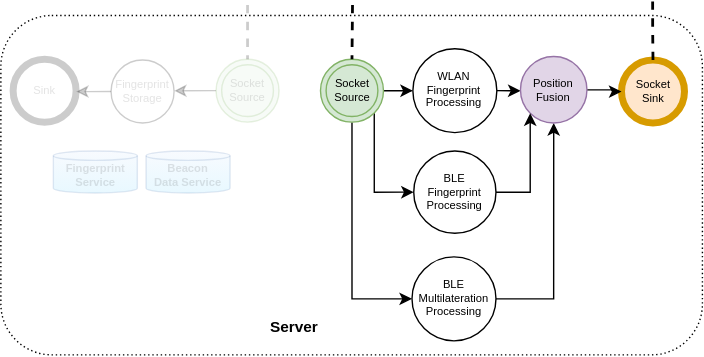
Earlier version of the draw.io export slides/ipin2021/images/model-server-online.svg (OpenHPS/openhps.org). Source tidied: cells renumbered, new cells last; positions are measured from the earlier drawing's top-left corner, leaving out a move shared by most shapes.
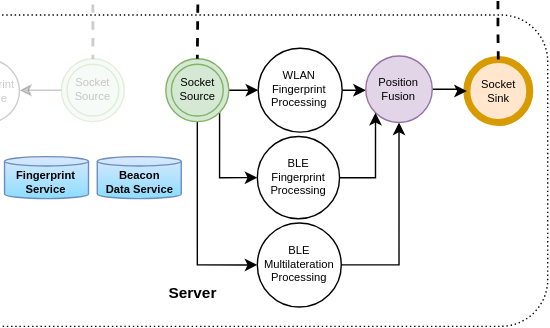
The same diagram one commit later.

Change to the diagram source:
```diff
@@ -3,7 +3,7 @@
     <mxCell id="0" />
     <mxCell id="1" parent="0" />
     <mxCell id="2" style="rounded=1;whiteSpace=wrap;html=1;fontSize=8;dashed=1;fillColor=none;dashPattern=1 2;" parent="1" vertex="1">
-      <mxGeometry x="0.1" y="9.5" width="501.2" height="242.5" as="geometry" />
+      <mxGeometry x="0.1" y="9.5" width="501.2" height="222.5" as="geometry" />
     </mxCell>
     <mxCell id="3" value="Socket&lt;br style=&quot;font-size: 8px;&quot;&gt;Sink" style="shape=ellipse;html=1;dashed=0;whitespace=wrap;strokeWidth=5;perimeter=ellipsePerimeter;fontSize=8;fillColor=#ffe6cc;strokeColor=#d79b00;" parent="1" vertex="1">
       <mxGeometry x="443.6" y="41.4" width="45" height="45" as="geometry" />
@@ -11,7 +11,7 @@
     <mxCell id="4" style="edgeStyle=orthogonalEdgeStyle;rounded=0;jettySize=auto;html=1;exitX=0;exitY=0.5;exitDx=0;exitDy=0;entryX=1;entryY=0.5;entryDx=0;entryDy=0;startArrow=none;startFill=0;endArrow=classic;endFill=1;fontSize=8;textOpacity=10;opacity=20;" parent="1" edge="1" source="5" target="12">
       <mxGeometry relative="1" as="geometry" />
     </mxCell>
-    <mxCell id="5" value="Socket&lt;br style=&quot;font-size: 8px;&quot;&gt;Source" style="ellipse;shape=doubleEllipse;html=1;dashed=0;whitespace=wrap;fontSize=8;fillColor=#d5e8d4;strokeColor=#82b366;textOpacity=10;opacity=20;" parent="1" vertex="1">
+    <mxCell id="5" value="Socket&lt;br style=&quot;font-size: 8px;&quot;&gt;Source" style="ellipse;shape=doubleEllipse;html=1;dashed=0;whitespace=wrap;fontSize=8;fillColor=#d5e8d4;strokeColor=#82b366;textOpacity=20;opacity=20;" parent="1" vertex="1">
       <mxGeometry x="153.9" y="40.8" width="45" height="45" as="geometry" />
     </mxCell>
     <mxCell id="6" style="edgeStyle=orthogonalEdgeStyle;rounded=0;jettySize=auto;html=1;entryX=0;entryY=0.5;entryDx=0;entryDy=0;strokeWidth=1;fontFamily=Helvetica;fontSize=11;" parent="1" edge="1" source="9" target="18">
@@ -20,7 +20,7 @@
     <mxCell id="7" style="edgeStyle=orthogonalEdgeStyle;rounded=0;jettySize=auto;html=1;exitX=1;exitY=1;exitDx=0;exitDy=0;entryX=0;entryY=0.5;entryDx=0;entryDy=0;startArrow=none;startFill=0;endArrow=classic;endFill=1;" parent="1" edge="1" source="9" target="24">
       <mxGeometry relative="1" as="geometry">
         <Array as="points">
-          <mxPoint x="267.4" y="136" />
+          <mxPoint x="267" y="126" />
         </Array>
       </mxGeometry>
     </mxCell>
@@ -38,13 +38,13 @@
     <mxCell id="11" style="edgeStyle=orthogonalEdgeStyle;rounded=0;jettySize=auto;html=1;exitX=0;exitY=0.5;exitDx=0;exitDy=0;entryX=1;entryY=0.5;entryDx=0;entryDy=0;startArrow=none;startFill=0;endArrow=classic;endFill=1;fontSize=8;textOpacity=10;opacity=20;" parent="1" edge="1" source="12" target="14">
       <mxGeometry relative="1" as="geometry" />
     </mxCell>
-    <mxCell id="12" value="&lt;font style=&quot;font-size: 8px;&quot;&gt;Fingerprint&lt;br style=&quot;font-size: 8px;&quot;&gt;Storage&lt;br style=&quot;font-size: 8px;&quot;&gt;&lt;/font&gt;" style="ellipse;whiteSpace=wrap;html=1;fontSize=8;textOpacity=10;opacity=20;" parent="1" vertex="1">
+    <mxCell id="12" value="&lt;font style=&quot;font-size: 8px;&quot;&gt;Fingerprint&lt;br style=&quot;font-size: 8px;&quot;&gt;Storage&lt;br style=&quot;font-size: 8px;&quot;&gt;&lt;/font&gt;" style="ellipse;whiteSpace=wrap;html=1;fontSize=8;textOpacity=20;opacity=20;" parent="1" vertex="1">
       <mxGeometry x="78.9" y="41.4" width="45" height="45" as="geometry" />
     </mxCell>
-    <mxCell id="13" value="Fingerprint&lt;br style=&quot;font-size: 8px;&quot;&gt;Service" style="shape=cylinder3;whiteSpace=wrap;html=1;boundedLbl=1;backgroundOutline=1;size=3.333343505859375;fontSize=8;strokeColor=#6c8ebf;fontStyle=1;fillColor=#DAE8FC;gradientColor=#8CDDFF;textOpacity=10;opacity=20;" parent="1" vertex="1">
-      <mxGeometry x="37.6" y="106.4" width="60" height="30" as="geometry" />
+    <mxCell id="13" value="Fingerprint&lt;br style=&quot;font-size: 8px;&quot;&gt;Service" style="shape=cylinder3;whiteSpace=wrap;html=1;boundedLbl=1;backgroundOutline=1;size=3.333343505859375;fontSize=8;strokeColor=#6c8ebf;fontStyle=1;fillColor=#DAE8FC;gradientColor=#8CDDFF;" parent="1" vertex="1">
+      <mxGeometry x="113.2" y="110.8" width="60" height="30" as="geometry" />
     </mxCell>
-    <mxCell id="14" value="Sink" style="shape=ellipse;html=1;dashed=0;whitespace=wrap;strokeWidth=5;perimeter=ellipsePerimeter;fontSize=8;textOpacity=10;opacity=20;" parent="1" vertex="1">
+    <mxCell id="14" value="Sink" style="shape=ellipse;html=1;dashed=0;whitespace=wrap;strokeWidth=5;perimeter=ellipsePerimeter;fontSize=8;textOpacity=20;opacity=20;" parent="1" vertex="1">
       <mxGeometry x="8.9" y="40.8" width="45" height="45" as="geometry" />
     </mxCell>
     <mxCell id="15" style="edgeStyle=orthogonalEdgeStyle;rounded=0;jettySize=auto;html=1;entryX=0.5;entryY=0;entryDx=0;entryDy=0;dashed=1;endArrow=none;endFill=0;startArrow=none;startFill=0;fontSize=8;strokeWidth=2;" parent="1" edge="1" target="9">
@@ -67,7 +67,7 @@
       <mxGeometry relative="1" as="geometry" />
     </mxCell>
     <mxCell id="20" value="&lt;font style=&quot;font-size: 8px;&quot;&gt;BLE&lt;br style=&quot;font-size: 8px;&quot;&gt;Multilateration&lt;br style=&quot;font-size: 8px;&quot;&gt;Processing&lt;br style=&quot;font-size: 8px;&quot;&gt;&lt;/font&gt;" style="ellipse;whiteSpace=wrap;html=1;fontSize=8;" parent="1" vertex="1">
-      <mxGeometry x="293.9" y="182" width="60" height="60" as="geometry" />
+      <mxGeometry x="293.9" y="158.1" width="60" height="60" as="geometry" />
     </mxCell>
     <mxCell id="21" style="edgeStyle=orthogonalEdgeStyle;rounded=0;jettySize=auto;html=1;entryX=0;entryY=0.5;entryDx=0;entryDy=0;" parent="1" edge="1" source="22" target="3">
       <mxGeometry relative="1" as="geometry" />
@@ -79,13 +79,13 @@
       <mxGeometry relative="1" as="geometry" />
     </mxCell>
     <mxCell id="24" value="&lt;font style=&quot;font-size: 8px;&quot;&gt;BLE&lt;br style=&quot;font-size: 8px;&quot;&gt;Fingerprint&lt;br style=&quot;font-size: 8px;&quot;&gt;Processing&lt;br style=&quot;font-size: 8px;&quot;&gt;&lt;/font&gt;" style="ellipse;whiteSpace=wrap;html=1;fontSize=8;" parent="1" vertex="1">
-      <mxGeometry x="295.1" y="106.4" width="58.8" height="58.8" as="geometry" />
+      <mxGeometry x="293.9" y="96.4" width="58.8" height="58.8" as="geometry" />
     </mxCell>
     <mxCell id="25" value="Server" style="text;html=1;strokeColor=none;fillColor=none;align=center;verticalAlign=middle;whiteSpace=wrap;rounded=0;dashed=1;dashPattern=1 2;fontStyle=1;fontSize=11;" parent="1" vertex="1">
-      <mxGeometry x="190.1" y="222" width="40" height="20" as="geometry" />
+      <mxGeometry x="228.5" y="198.1" width="40" height="20" as="geometry" />
     </mxCell>
-    <mxCell id="26" value="Beacon&lt;br&gt;Data Service" style="shape=cylinder3;whiteSpace=wrap;html=1;boundedLbl=1;backgroundOutline=1;size=3.333343505859375;fontSize=8;strokeColor=#6c8ebf;fontStyle=1;fillColor=#DAE8FC;gradientColor=#8CDDFF;textOpacity=10;opacity=20;" parent="1" vertex="1">
-      <mxGeometry x="103.9" y="106.4" width="60" height="30" as="geometry" />
+    <mxCell id="26" value="Beacon&lt;br&gt;Data Service" style="shape=cylinder3;whiteSpace=wrap;html=1;boundedLbl=1;backgroundOutline=1;size=3.333343505859375;fontSize=8;strokeColor=#6c8ebf;fontStyle=1;fillColor=#DAE8FC;gradientColor=#8CDDFF;" parent="1" vertex="1">
+      <mxGeometry x="179.5" y="110.8" width="60" height="30" as="geometry" />
     </mxCell>
   </root>
 </mxGraphModel>
```
